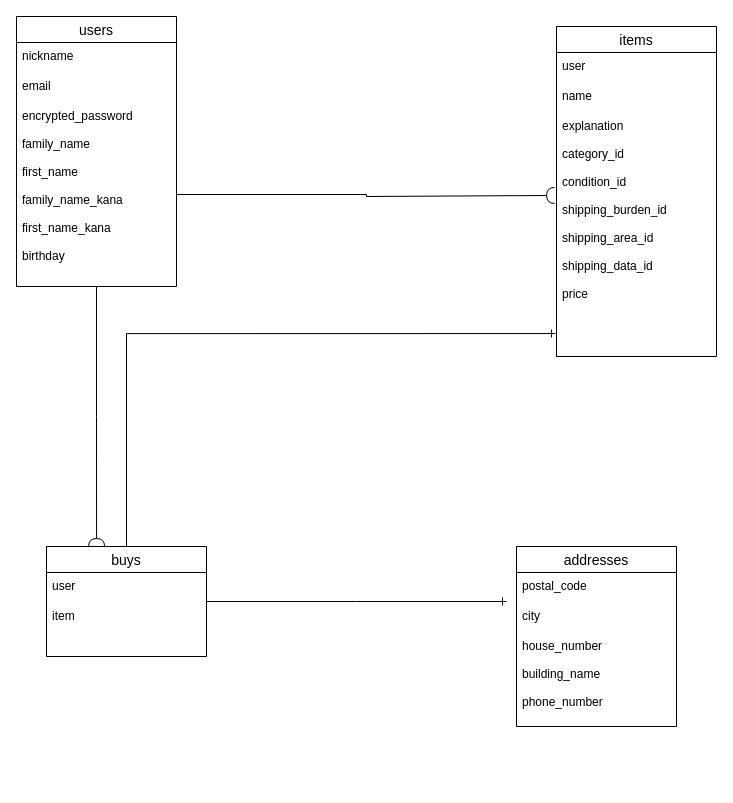
The draw.io diagram test.dio in kaisan-diary/furima-32990, before the edit. Source tidied: cells renumbered, new cells numbered last; positions are measured from the earlier drawing's top-left corner, leaving out a move shared by most shapes. Both pictures are drawn from the tidied source at 100%, with x=0, y=0 at pixel (16, 16).
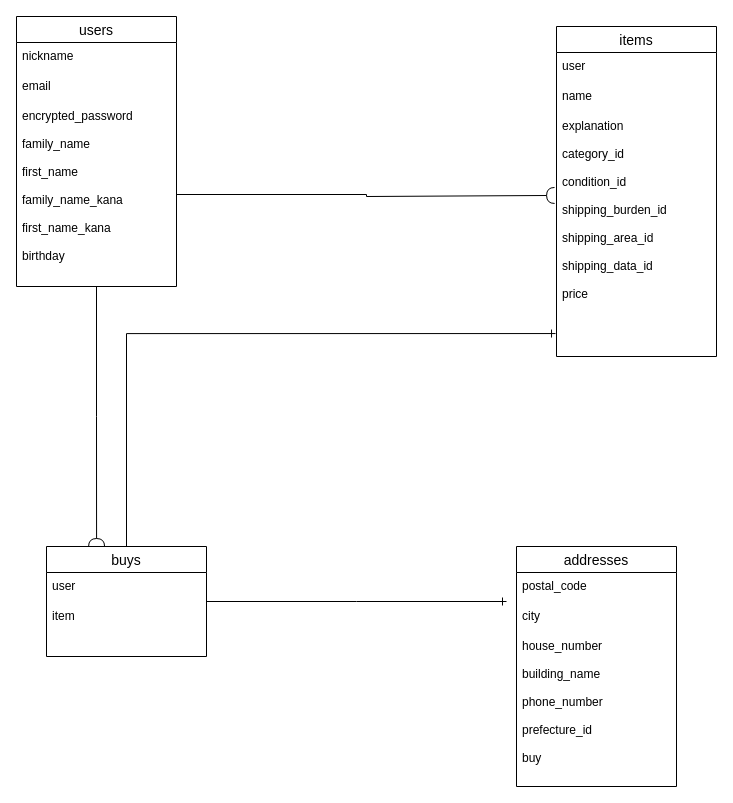
The same page after the edit.

Diff of the diagram source:
```diff
@@
     <mxCell id="17" value="addresses" style="swimlane;fontStyle=0;horizontal=1;startSize=26;align=center;fontSize=14;" parent="1" vertex="1">
-      <mxGeometry x="500" y="530" width="160" height="180" as="geometry" />
+      <mxGeometry x="500" y="530" width="160" height="240" as="geometry" />
     </mxCell>
@@
-    <mxCell id="20" value="house_number&#10;&#10;building_name&#10;&#10;phone_number" style="text;strokeColor=none;fillColor=none;spacingLeft=4;spacingRight=4;overflow=hidden;fontSize=12;" parent="17" vertex="1">
-      <mxGeometry y="86" width="160" height="94" as="geometry" />
+    <mxCell id="20" value="house_number&#10;&#10;building_name&#10;&#10;phone_number&#10;&#10;prefecture_id&#10;&#10;buy&#10;&#10;" style="text;strokeColor=none;fillColor=none;spacingLeft=4;spacingRight=4;overflow=hidden;fontSize=12;" parent="17" vertex="1">
+      <mxGeometry y="86" width="160" height="154" as="geometry" />
     </mxCell>
```
